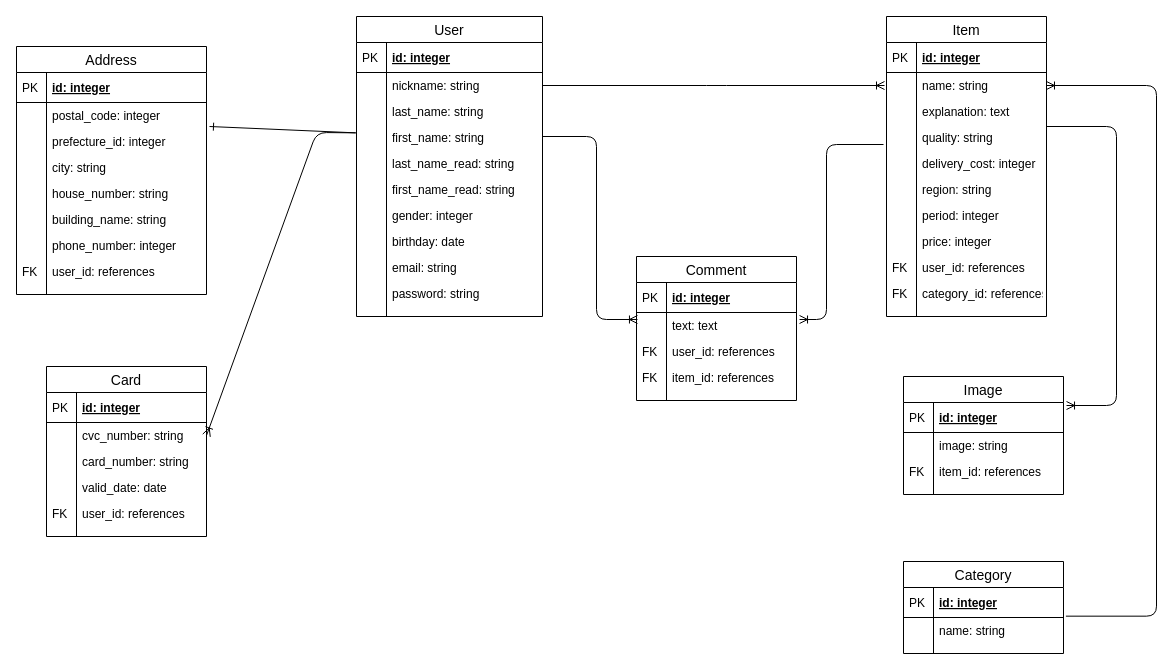
Earlier version of the draw.io diagram test.drawio (saihalkiki/fleamarket_sample_79d). Source tidied: cells renumbered, new cells numbered last; positions are measured from the earlier drawing's top-left corner, leaving out a move shared by most shapes. Both pictures are drawn from the tidied source at 100%, with x=0, y=0 at pixel (16, 16).
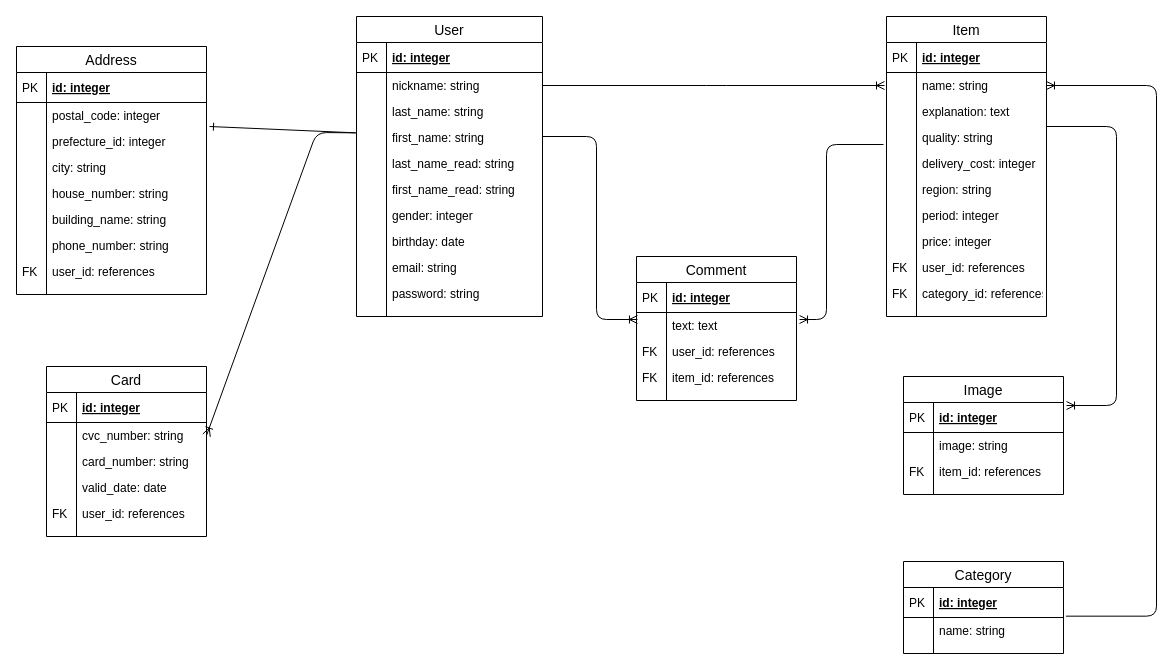
The same diagram, later.

The change refers to these unchanged cells:
```xml
<mxCell id="48" value="Address" style="swimlane;fontStyle=0;horizontal=1;startSize=26;align=center;fontSize=14;html=0;" parent="1" vertex="1">
  <mxGeometry y="30" width="190" height="248" as="geometry" />
</mxCell>
```

Diff of the diagram source:
```diff
@@
-    <mxCell id="61" value="phone_number: integer" style="shape=partialRectangle;top=0;left=0;right=0;bottom=0;align=left;verticalAlign=top;fillColor=none;spacingLeft=34;spacingRight=4;overflow=hidden;fontSize=12;" parent="48" vertex="1">
+    <mxCell id="61" value="phone_number: string" style="shape=partialRectangle;top=0;left=0;right=0;bottom=0;align=left;verticalAlign=top;fillColor=none;spacingLeft=34;spacingRight=4;overflow=hidden;fontSize=12;" parent="48" vertex="1">
       <mxGeometry y="186" width="190" height="26" as="geometry" />
     </mxCell>
```
